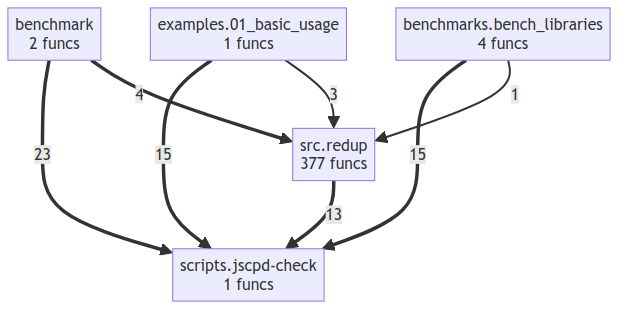
semcod/redup keeps this Mermaid diagram as project/compact_flow.png. Above is the earlier version. Its source is kept beside it as project/compact_flow.mmd.
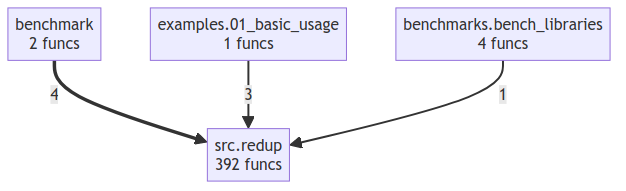
Above is the later version.

What changed in the source:
```diff
@@ -2,12 +2,7 @@
     benchmark["benchmark<br/>2 funcs"]
     benchmarks__bench_libraries["benchmarks.bench_libraries<br/>4 funcs"]
     examples__01_basic_usage["examples.01_basic_usage<br/>1 funcs"]
-    scripts__jscpd_check["scripts.jscpd-check<br/>1 funcs"]
-    src__redup["src.redup<br/>377 funcs"]
-    benchmark ==>|23| scripts__jscpd_check
-    examples__01_basic_usage ==>|15| scripts__jscpd_check
-    benchmarks__bench_libraries ==>|15| scripts__jscpd_check
-    src__redup ==>|13| scripts__jscpd_check
+    src__redup["src.redup<br/>392 funcs"]
     benchmark ==>|4| src__redup
     examples__01_basic_usage -->|3| src__redup
     benchmarks__bench_libraries -->|1| src__redup
```
